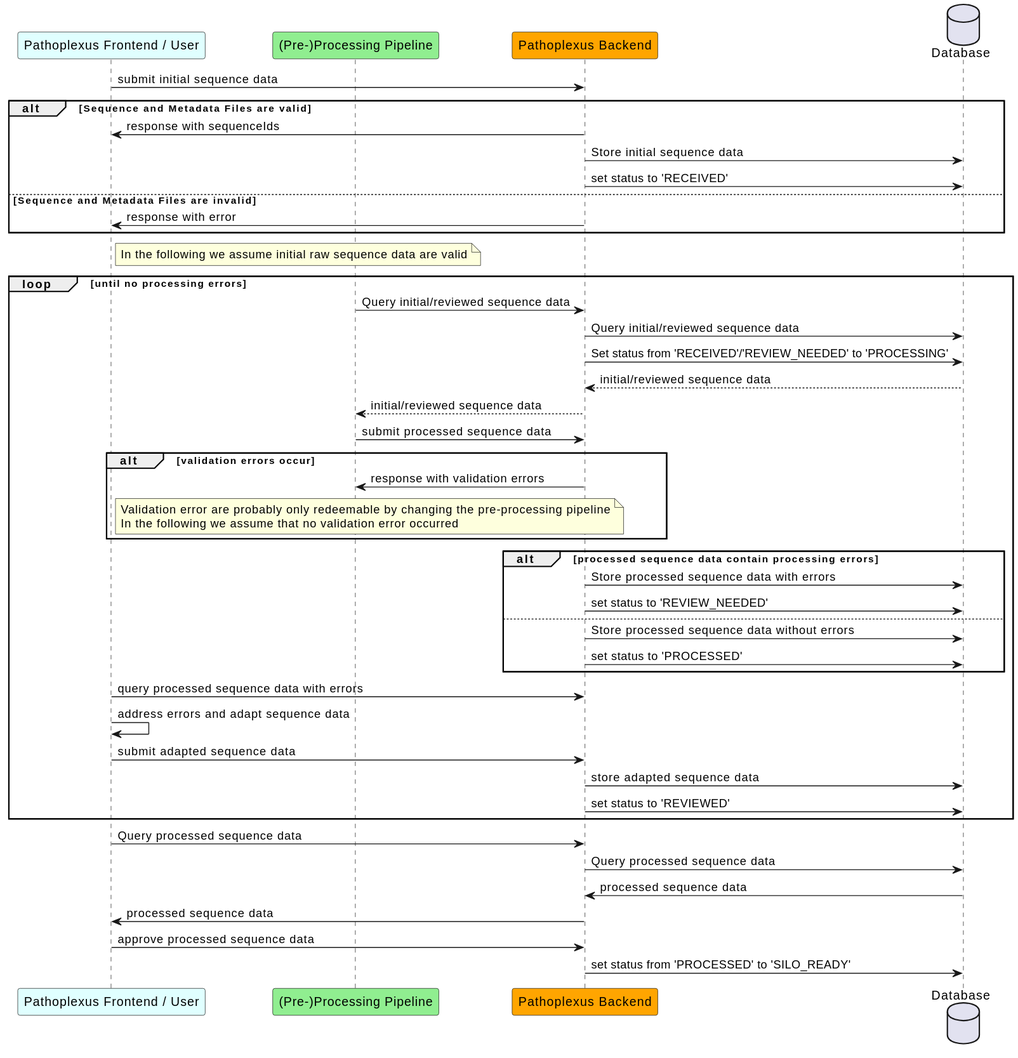
The PlantUML diagram backend/docs/plantuml/sequenceInitialSubmission.svg in loculus-project/loculus, before a commit.
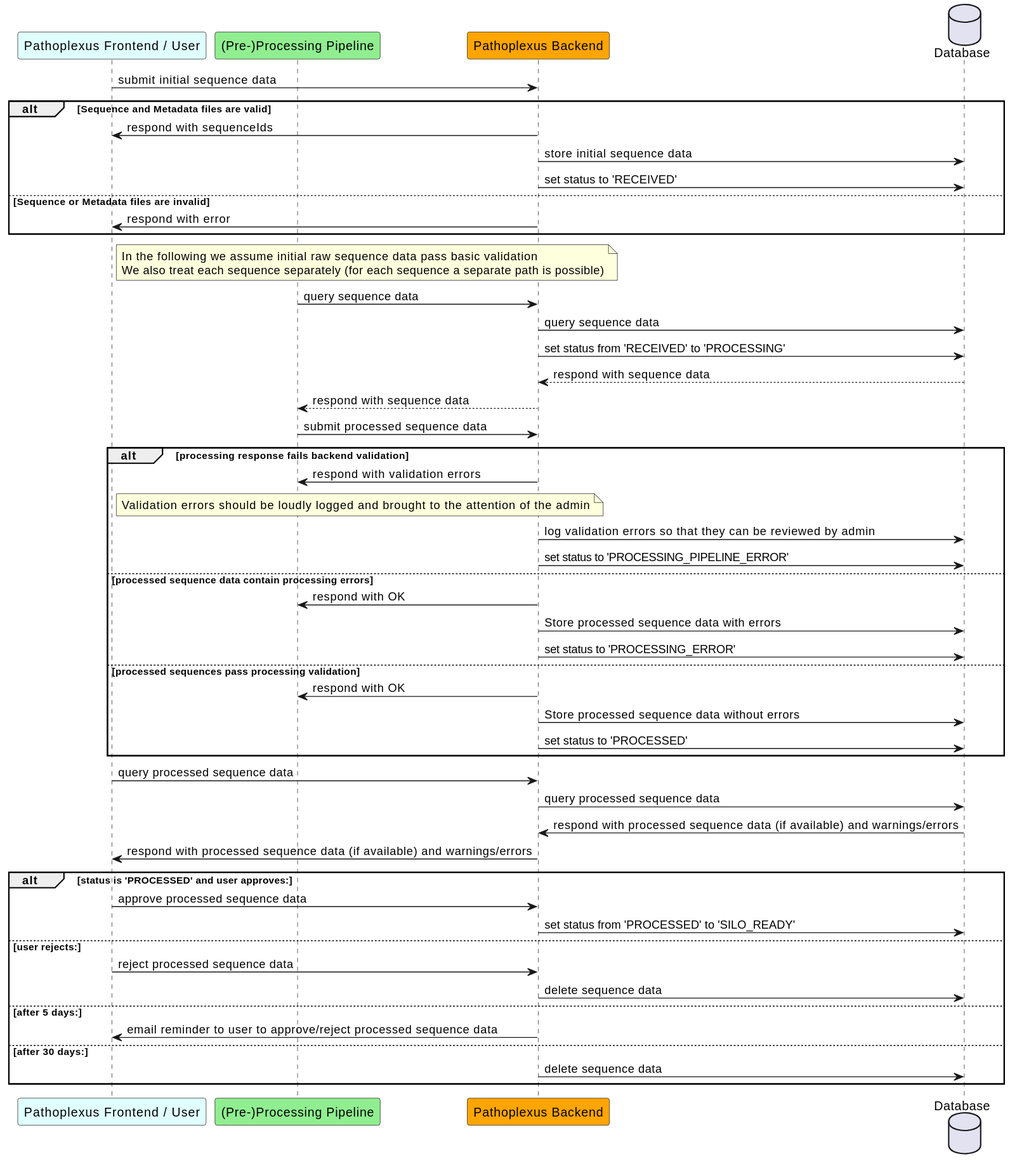
Later version of the same file.

Commit message:
doc(backend): propose simpler submission flow

The edit, as a diff of the source:
```diff
@@ -5,56 +5,57 @@
     database "Database" as DB
 
     frontend -> backend: submit initial sequence data
-    alt Sequence and Metadata Files are valid
-        backend -> frontend: response with sequenceIds
-        backend -> DB: Store initial sequence data
+    alt Sequence and Metadata files are valid
+        backend -> frontend: respond with sequenceIds
+        backend -> DB: store initial sequence data
         backend -> DB: set status to 'RECEIVED'
-    else Sequence and Metadata Files are invalid
-        backend -> frontend: response with error
+    else Sequence or Metadata files are invalid
+        backend -> frontend: respond with error
     end
 
-   note right of frontend
-      In the following we assume initial raw sequence data are valid
-   end note
+    note right of frontend
+        In the following we assume initial raw sequence data pass basic validation
+        We also treat each sequence separately (for each sequence a separate path is possible)
+    end note
 
-    loop until no processing errors
+    processing -> backend: query sequence data
+    backend -> DB: query sequence data
+    backend -> DB: set status from 'RECEIVED' to 'PROCESSING'
+    DB --> backend: respond with sequence data
+    backend --> processing: respond with sequence data
 
-        processing -> backend: Query initial/reviewed sequence data
-        backend -> DB: Query initial/reviewed sequence data
-        backend -> DB: Set status from 'RECEIVED'/'REVIEW_NEEDED' to 'PROCESSING'
-        DB --> backend: initial/reviewed sequence data
-        backend --> processing: initial/reviewed sequence data
+    processing -> backend: submit processed sequence data
+    alt processing response fails backend validation
+        backend -> processing: respond with validation errors
+            note right of frontend
+                Validation errors should be loudly logged and brought to the attention of the admin
+            end note
+        backend -> DB: log validation errors so that they can be reviewed by admin
+        backend -> DB: set status to 'PROCESSING_PIPELINE_ERROR'
+    else processed sequence data contain processing errors
+        backend -> processing: respond with OK
+        backend -> DB: Store processed sequence data with errors
+        backend -> DB: set status to 'PROCESSING_ERROR'
+    else processed sequences pass processing validation
+        backend -> processing: respond with OK
+        backend -> DB: Store processed sequence data without errors
+        backend -> DB: set status to 'PROCESSED'
+    end
 
-        processing -> backend: submit processed sequence data
-        alt validation errors occur
-            backend -> processing: response with validation errors
-             note right of frontend
-                  Validation error are probably only redeemable by changing the pre-processing pipeline
-                  In the following we assume that no validation error occurred
-               end note
-        end loop
+    frontend -> backend: query processed sequence data
+    backend -> DB: query processed sequence data
+    DB -> backend: respond with processed sequence data (if available) and warnings/errors
+    backend -> frontend: respond with processed sequence data (if available) and warnings/errors
 
-        alt processed sequence data contain processing errors
-            backend -> DB: Store processed sequence data with errors
-            backend -> DB: set status to 'REVIEW_NEEDED'
-        else
-            backend -> DB: Store processed sequence data without errors
-            backend -> DB: set status to 'PROCESSED'
-        end
-         frontend -> backend: query processed sequence data with errors
-        frontend -> frontend: address errors and adapt sequence data
-
-        frontend -> backend: submit adapted sequence data
-        backend -> DB: store adapted sequence data
-        backend -> DB: set status to 'REVIEWED'
-    end loop
-
-
-    frontend -> backend: Query processed sequence data
-    backend -> DB: Query processed sequence data
-    DB -> backend: processed sequence data
-    backend -> frontend: processed sequence data
-
-    frontend -> backend: approve processed sequence data
-    backend -> DB: set status from 'PROCESSED' to 'SILO_READY'
+    alt status is 'PROCESSED' and user approves:
+        frontend -> backend: approve processed sequence data
+        backend -> DB: set status from 'PROCESSED' to 'SILO_READY'
+    else user rejects:
+        frontend -> backend: reject processed sequence data
+        backend -> DB: delete sequence data
+    else after 5 days:
+        backend -> frontend: email reminder to user to approve/reject processed sequence data
+    else after 30 days:
+        backend -> DB: delete sequence data
+    end
 @enduml
```
